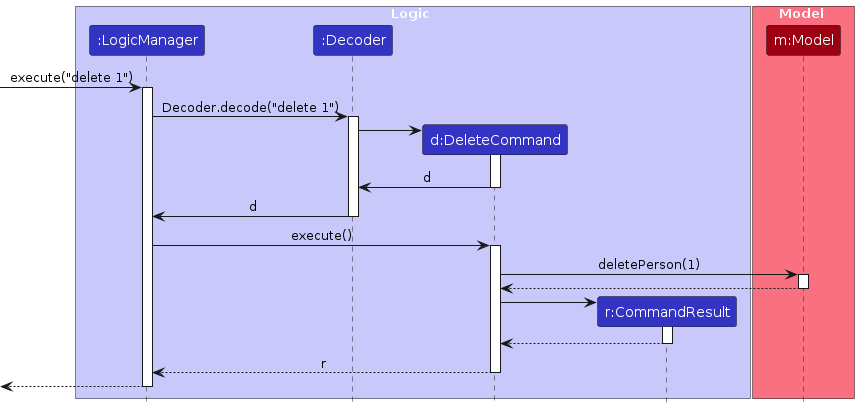
Earlier version of the PlantUML export diagrams/DeleteSequenceDiagram.png (AY2526S1-CS2103T-T13-2/tp). Its source is kept beside it as diagrams/DeleteSequenceDiagram.puml. The source it was exported from:
```plantuml
@startuml
!include style.puml
skinparam ArrowFontStyle plain

box Logic LOGIC_COLOR_T1
participant ":LogicManager" as LogicManager LOGIC_COLOR
participant ":Decoder" as Decoder LOGIC_COLOR
participant "d:DeleteCommand" as DeleteCommand LOGIC_COLOR
participant "r:CommandResult" as CommandResult LOGIC_COLOR
end box

box Model MODEL_COLOR_T1
participant "m:Model" as Model MODEL_COLOR
end box

[-> LogicManager : execute("delete 1")
activate LogicManager

LogicManager -> Decoder : Decoder.decode("delete 1")
activate Decoder

create DeleteCommand
Decoder -> DeleteCommand
activate DeleteCommand

DeleteCommand -> Decoder : d
deactivate DeleteCommand

Decoder -> LogicManager : d
deactivate Decoder

LogicManager -> DeleteCommand : execute()
activate DeleteCommand

DeleteCommand -> Model : deletePerson(1)
activate Model

Model --> DeleteCommand
deactivate Model

create CommandResult
DeleteCommand -> CommandResult
activate CommandResult

CommandResult --> DeleteCommand
deactivate CommandResult

DeleteCommand --> LogicManager : r
deactivate DeleteCommand

[<--LogicManager
deactivate LogicManager
@enduml
```
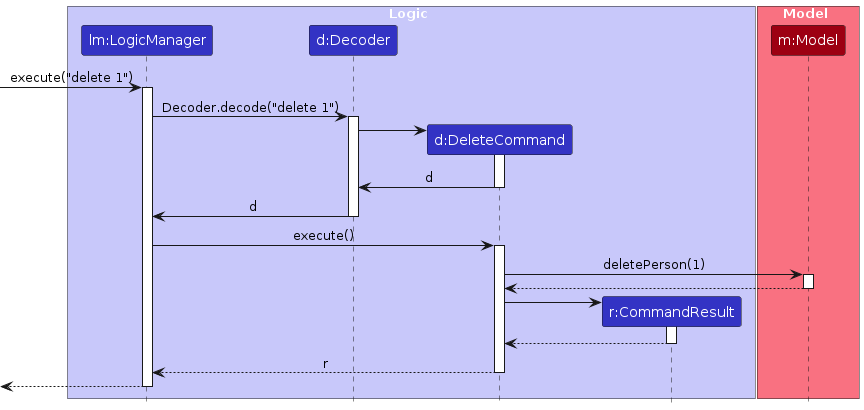
Above is the later version.

The edit, as a diff of the source:
```diff
@@ -3,8 +3,8 @@
 skinparam ArrowFontStyle plain
 
 box Logic LOGIC_COLOR_T1
-participant ":LogicManager" as LogicManager LOGIC_COLOR
-participant ":Decoder" as Decoder LOGIC_COLOR
+participant "lm:LogicManager" as LogicManager LOGIC_COLOR
+participant "d:Decoder" as Decoder LOGIC_COLOR
 participant "d:DeleteCommand" as DeleteCommand LOGIC_COLOR
 participant "r:CommandResult" as CommandResult LOGIC_COLOR
 end box
```
